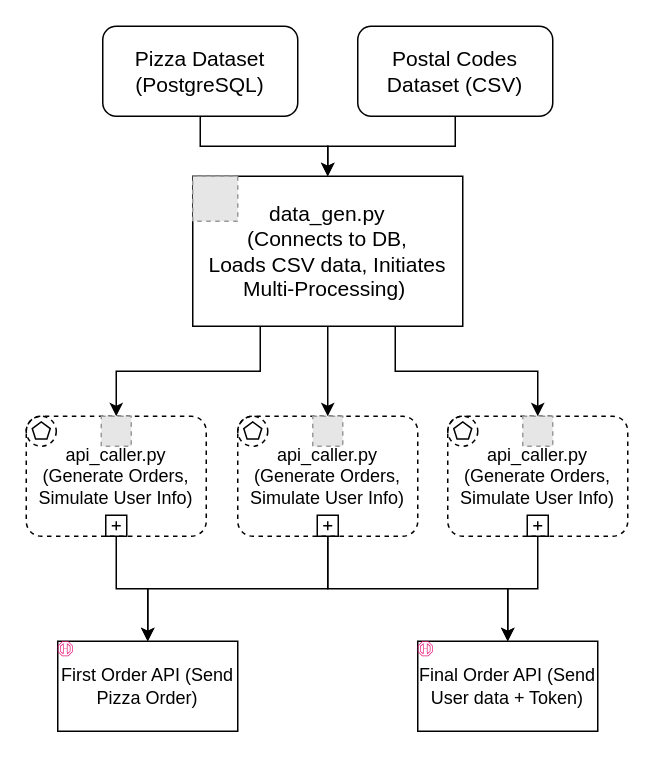
Earlier version of the draw.io diagram syn_data_gen_arch.drawio (Mzsd/DEProject_architecture). Source tidied: cells renumbered, new cells numbered last; positions are measured from the earlier drawing's top-left corner, leaving out a move shared by most shapes. Both pictures are drawn from the tidied source at 150%, with x=0, y=0 at pixel (26, 26). Pictures stored in the file or linked from it are replaced by grey dashed boxes.
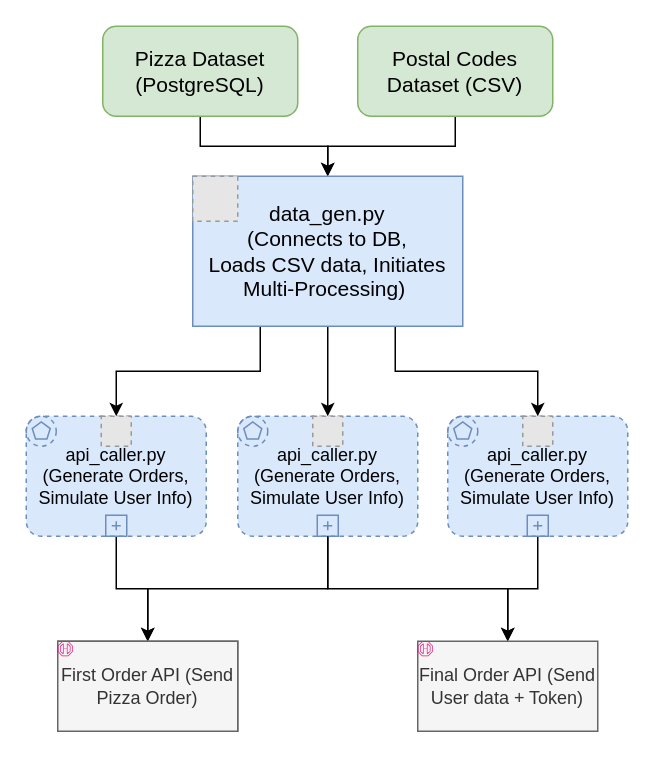
After the change.

Unchanged cells that the change refers to:
```xml
<mxCell id="24" style="group;" parent="1" vertex="1">
  <mxGeometry x="261" y="410" width="120" height="60" as="geometry" />
</mxCell>
```

Change to the diagram source:
```diff
@@
-    <mxCell id="3" value="&lt;font style=&quot;font-size: 14px;&quot;&gt;Pizza Dataset (PostgreSQL)&lt;/font&gt;" style="rounded=1;whiteSpace=wrap;html=1;" parent="1" vertex="1">
+    <mxCell id="3" value="&lt;font style=&quot;font-size: 14px;&quot;&gt;Pizza Dataset (PostgreSQL)&lt;/font&gt;" style="rounded=1;whiteSpace=wrap;html=1;fillColor=#d5e8d4;strokeColor=#82b366;" parent="1" vertex="1">
       <mxGeometry x="51" width="130" height="60" as="geometry" />
     </mxCell>
@@
-    <mxCell id="5" value="&lt;font style=&quot;font-size: 14px;&quot;&gt;Postal Codes Dataset (CSV)&lt;/font&gt;" style="rounded=1;whiteSpace=wrap;html=1;" parent="1" vertex="1">
+    <mxCell id="5" value="&lt;font style=&quot;font-size: 14px;&quot;&gt;Postal Codes Dataset (CSV)&lt;/font&gt;" style="rounded=1;whiteSpace=wrap;html=1;fillColor=#d5e8d4;strokeColor=#82b366;" parent="1" vertex="1">
       <mxGeometry x="221" width="130" height="60" as="geometry" />
     </mxCell>
@@
-    <mxCell id="9" value="&lt;span style=&quot;font-size: 14px;&quot;&gt;&lt;span style=&quot;font-weight: bold; font-size: 13px;&quot;&gt;&amp;nbsp;&lt;/span&gt;&lt;font style=&quot;font-size: 14px;&quot;&gt;data_gen.py&amp;nbsp;&lt;/font&gt;&lt;/span&gt;&lt;div style=&quot;font-size: 14px;&quot;&gt;&lt;font style=&quot;font-size: 14px;&quot;&gt;(Connects &lt;span style=&quot;&quot; class=&quot;hljs-keyword&quot;&gt;to&lt;/span&gt; DB, Loads&amp;nbsp;CSV data, Initiates Multi&lt;span style=&quot;&quot; class=&quot;hljs-operator&quot;&gt;-&lt;/span&gt;Processing)&amp;nbsp;&lt;/font&gt;&lt;/div&gt;" style="rounded=0;whiteSpace=wrap;html=1;" parent="1" vertex="1">
+    <mxCell id="9" value="&lt;span style=&quot;font-size: 14px;&quot;&gt;&lt;span style=&quot;font-weight: bold; font-size: 13px;&quot;&gt;&amp;nbsp;&lt;/span&gt;&lt;font style=&quot;font-size: 14px;&quot;&gt;data_gen.py&amp;nbsp;&lt;/font&gt;&lt;/span&gt;&lt;div style=&quot;font-size: 14px;&quot;&gt;&lt;font style=&quot;font-size: 14px;&quot;&gt;(Connects &lt;span style=&quot;&quot; class=&quot;hljs-keyword&quot;&gt;to&lt;/span&gt; DB, Loads&amp;nbsp;CSV data, Initiates Multi&lt;span style=&quot;&quot; class=&quot;hljs-operator&quot;&gt;-&lt;/span&gt;Processing)&amp;nbsp;&lt;/font&gt;&lt;/div&gt;" style="rounded=0;whiteSpace=wrap;html=1;fillColor=#dae8fc;strokeColor=#6c8ebf;" parent="1" vertex="1">
       <mxGeometry x="111" y="100" width="180" height="100" as="geometry" />
     </mxCell>
@@
-    <mxCell id="12" value="api_caller.py (Generate Orders, Simulate &lt;span class=&quot;hljs-keyword&quot;&gt;User&lt;/span&gt; Info)" style="points=[[0.25,0,0],[0.5,0,0],[0.75,0,0],[1,0.25,0],[1,0.5,0],[1,0.75,0],[0.75,1,0],[0.5,1,0],[0.25,1,0],[0,0.75,0],[0,0.5,0],[0,0.25,0]];shape=mxgraph.bpmn.task;whiteSpace=wrap;rectStyle=rounded;size=10;html=1;taskMarker=abstract;bpmnShapeType=subprocess;isLoopSub=1;outline=eventNonint;symbol=multiple;" parent="1" vertex="1">
+    <mxCell id="12" value="api_caller.py (Generate Orders, Simulate &lt;span class=&quot;hljs-keyword&quot;&gt;User&lt;/span&gt; Info)" style="points=[[0.25,0,0],[0.5,0,0],[0.75,0,0],[1,0.25,0],[1,0.5,0],[1,0.75,0],[0.75,1,0],[0.5,1,0],[0.25,1,0],[0,0.75,0],[0,0.5,0],[0,0.25,0]];shape=mxgraph.bpmn.task;whiteSpace=wrap;rectStyle=rounded;size=10;html=1;taskMarker=abstract;bpmnShapeType=subprocess;isLoopSub=1;outline=eventNonint;symbol=multiple;fillColor=#dae8fc;strokeColor=#6c8ebf;" parent="1" vertex="1">
       <mxGeometry y="260" width="120" height="80" as="geometry" />
     </mxCell>
@@
-    <mxCell id="15" value="api_caller.py (Generate Orders, Simulate &lt;span class=&quot;hljs-keyword&quot;&gt;User&lt;/span&gt; Info)" style="points=[[0.25,0,0],[0.5,0,0],[0.75,0,0],[1,0.25,0],[1,0.5,0],[1,0.75,0],[0.75,1,0],[0.5,1,0],[0.25,1,0],[0,0.75,0],[0,0.5,0],[0,0.25,0]];shape=mxgraph.bpmn.task;whiteSpace=wrap;rectStyle=rounded;size=10;html=1;taskMarker=abstract;bpmnShapeType=subprocess;isLoopSub=1;outline=eventNonint;symbol=multiple;" parent="1" vertex="1">
+    <mxCell id="15" value="api_caller.py (Generate Orders, Simulate &lt;span class=&quot;hljs-keyword&quot;&gt;User&lt;/span&gt; Info)" style="points=[[0.25,0,0],[0.5,0,0],[0.75,0,0],[1,0.25,0],[1,0.5,0],[1,0.75,0],[0.75,1,0],[0.5,1,0],[0.25,1,0],[0,0.75,0],[0,0.5,0],[0,0.25,0]];shape=mxgraph.bpmn.task;whiteSpace=wrap;rectStyle=rounded;size=10;html=1;taskMarker=abstract;bpmnShapeType=subprocess;isLoopSub=1;outline=eventNonint;symbol=multiple;fillColor=#dae8fc;strokeColor=#6c8ebf;" parent="1" vertex="1">
       <mxGeometry x="141" y="260" width="120" height="80" as="geometry" />
     </mxCell>
@@
-    <mxCell id="18" value="api_caller.py (Generate Orders, Simulate &lt;span class=&quot;hljs-keyword&quot;&gt;User&lt;/span&gt; Info)" style="points=[[0.25,0,0],[0.5,0,0],[0.75,0,0],[1,0.25,0],[1,0.5,0],[1,0.75,0],[0.75,1,0],[0.5,1,0],[0.25,1,0],[0,0.75,0],[0,0.5,0],[0,0.25,0]];shape=mxgraph.bpmn.task;whiteSpace=wrap;rectStyle=rounded;size=10;html=1;taskMarker=abstract;bpmnShapeType=subprocess;isLoopSub=1;outline=eventNonint;symbol=multiple;" parent="1" vertex="1">
+    <mxCell id="18" value="api_caller.py (Generate Orders, Simulate &lt;span class=&quot;hljs-keyword&quot;&gt;User&lt;/span&gt; Info)" style="points=[[0.25,0,0],[0.5,0,0],[0.75,0,0],[1,0.25,0],[1,0.5,0],[1,0.75,0],[0.75,1,0],[0.5,1,0],[0.25,1,0],[0,0.75,0],[0,0.5,0],[0,0.25,0]];shape=mxgraph.bpmn.task;whiteSpace=wrap;rectStyle=rounded;size=10;html=1;taskMarker=abstract;bpmnShapeType=subprocess;isLoopSub=1;outline=eventNonint;symbol=multiple;fillColor=#dae8fc;strokeColor=#6c8ebf;" parent="1" vertex="1">
       <mxGeometry x="281" y="260" width="120" height="80" as="geometry" />
     </mxCell>
@@
-    <mxCell id="21" style="group;" parent="1" vertex="1">
+    <mxCell id="21" style="group;fillColor=#f5f5f5;fontColor=#333333;strokeColor=#666666;" parent="1" vertex="1">
       <mxGeometry x="21" y="410" width="120" height="60" as="geometry" />
     </mxCell>
-    <mxCell id="22" value="&lt;span class=&quot;hljs-keyword&quot;&gt;First&lt;/span&gt; &lt;span class=&quot;hljs-keyword&quot;&gt;Order&lt;/span&gt; API (Send Pizza Order)" style="rounded=0;whiteSpace=wrap;html=1;" parent="21" vertex="1">
+    <mxCell id="22" value="&lt;span class=&quot;hljs-keyword&quot;&gt;First&lt;/span&gt; &lt;span class=&quot;hljs-keyword&quot;&gt;Order&lt;/span&gt; API (Send Pizza Order)" style="rounded=0;whiteSpace=wrap;html=1;fillColor=#f5f5f5;fontColor=#333333;strokeColor=#666666;" parent="21" vertex="1">
       <mxGeometry width="120" height="60" as="geometry" />
     </mxCell>
@@
-    <mxCell id="25" value="&lt;span class=&quot;hljs-keyword&quot;&gt;Final Order&lt;/span&gt; API (Send User data + Token)" style="rounded=0;whiteSpace=wrap;html=1;" parent="24" vertex="1">
+    <mxCell id="25" value="&lt;span class=&quot;hljs-keyword&quot;&gt;Final Order&lt;/span&gt; API (Send User data + Token)" style="rounded=0;whiteSpace=wrap;html=1;fillColor=#f5f5f5;fontColor=#333333;strokeColor=#666666;" parent="24" vertex="1">
       <mxGeometry width="120" height="60" as="geometry" />
     </mxCell>
```
